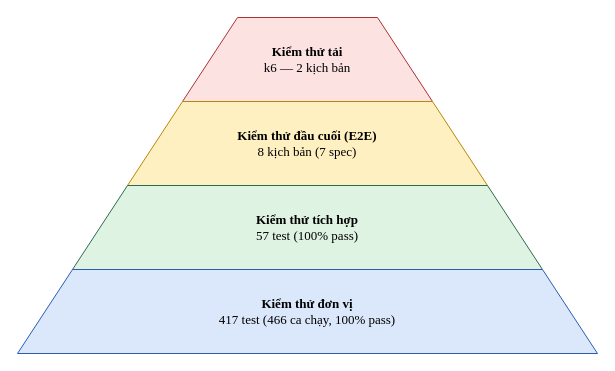
Before: docs/so-do/drawio/hinh-6-1.drawio in nguyenhiennnnn/cinema-v2, a draw.io diagram. Source tidied: cells renumbered, new cells numbered last; positions are measured from the earlier drawing's top-left corner, leaving out a move shared by most shapes. Both pictures are drawn from the tidied source at 100%, with x=0, y=0 at pixel (17, 17).
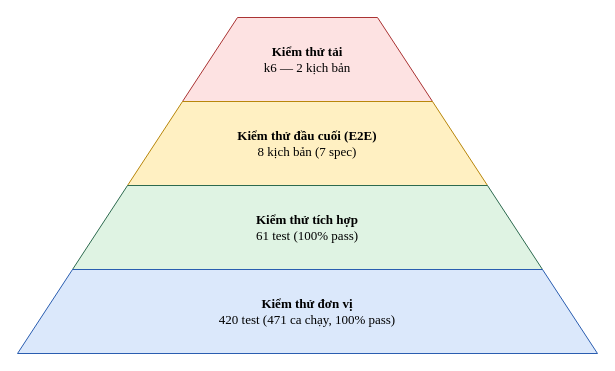
After the change.

Diff of the diagram source:
```diff
@@
 <mxGraphModel>
   <root>
     <mxCell id="0" />
     <mxCell id="1" parent="0" />
     <mxCell id="2" value="&lt;b&gt;Kiểm thử tải&lt;/b&gt;&lt;br&gt;k6 — 2 kịch bản" style="shape=trapezoid;perimeter=trapezoidPerimeter;whiteSpace=wrap;html=1;fixedSize=1;size=55;fillColor=#fde2e2;strokeColor=#a33;fontFamily=Times New Roman;fontSize=13;" parent="1" vertex="1">
       <mxGeometry x="165" width="250" height="84" as="geometry" />
     </mxCell>
     <mxCell id="3" value="&lt;b&gt;Kiểm thử đầu cuối (E2E)&lt;/b&gt;&lt;br&gt;8 kịch bản (7 spec)" style="shape=trapezoid;perimeter=trapezoidPerimeter;whiteSpace=wrap;html=1;fixedSize=1;size=55;fillColor=#fff0c2;strokeColor=#b8860b;fontFamily=Times New Roman;fontSize=13;" parent="1" vertex="1">
       <mxGeometry x="110" y="84" width="360" height="84" as="geometry" />
     </mxCell>
-    <mxCell id="4" value="&lt;b&gt;Kiểm thử tích hợp&lt;/b&gt;&lt;br&gt;57 test (100% pass)" style="shape=trapezoid;perimeter=trapezoidPerimeter;whiteSpace=wrap;html=1;fixedSize=1;size=55;fillColor=#dff3e3;strokeColor=#2d6a4f;fontFamily=Times New Roman;fontSize=13;" parent="1" vertex="1">
+    <mxCell id="4" value="&lt;b&gt;Kiểm thử tích hợp&lt;/b&gt;&lt;br&gt;61 test (100% pass)" style="shape=trapezoid;perimeter=trapezoidPerimeter;whiteSpace=wrap;html=1;fixedSize=1;size=55;fillColor=#dff3e3;strokeColor=#2d6a4f;fontFamily=Times New Roman;fontSize=13;" parent="1" vertex="1">
       <mxGeometry x="55" y="168" width="470" height="84" as="geometry" />
     </mxCell>
-    <mxCell id="5" value="&lt;b&gt;Kiểm thử đơn vị&lt;/b&gt;&lt;br&gt;417 test (466 ca chạy, 100% pass)" style="shape=trapezoid;perimeter=trapezoidPerimeter;whiteSpace=wrap;html=1;fixedSize=1;size=55;fillColor=#dbe8fb;strokeColor=#2a5db0;fontFamily=Times New Roman;fontSize=13;" parent="1" vertex="1">
+    <mxCell id="5" value="&lt;b&gt;Kiểm thử đơn vị&lt;/b&gt;&lt;br&gt;420 test (471 ca chạy, 100% pass)" style="shape=trapezoid;perimeter=trapezoidPerimeter;whiteSpace=wrap;html=1;fixedSize=1;size=55;fillColor=#dbe8fb;strokeColor=#2a5db0;fontFamily=Times New Roman;fontSize=13;" parent="1" vertex="1">
       <mxGeometry y="252" width="580" height="84" as="geometry" />
     </mxCell>
   </root>
 </mxGraphModel>
```
